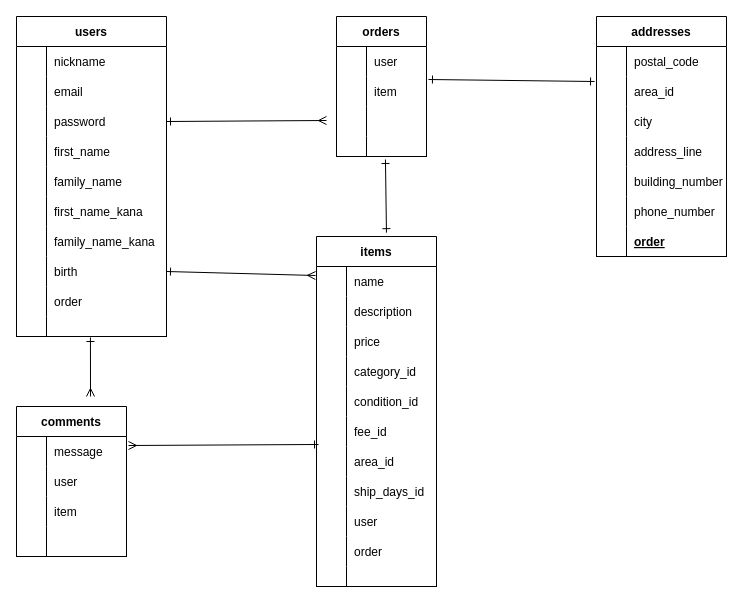
This is furima.dio from 14tk/furima-37381-2, a draw.io file, before an edit. Source tidied: cells renumbered, new cells numbered last; positions are measured from the earlier drawing's top-left corner, leaving out a move shared by most shapes. Both pictures are drawn from the tidied source at 100%, with x=0, y=0 at pixel (16, 16).
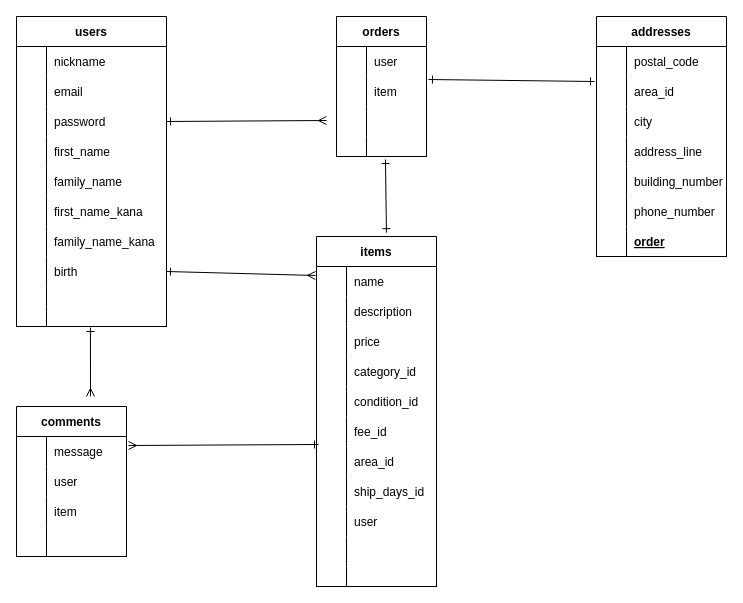
After the change.

Unchanged cells that the change refers to:
```xml
<mxCell id="63" style="shape=partialRectangle;fillColor=none;top=0;left=0;bottom=0;right=0;" parent="35" vertex="1">
  <mxGeometry y="300" width="120" height="30" as="geometry" />
</mxCell>
```

What changed in the source:
```diff
@@
     <mxCell id="4" value="users" style="shape=table;startSize=30;childLayout=tableLayout;rowLines=0;fontStyle=1;align=center;" parent="1" vertex="1">
-      <mxGeometry width="150" height="320" as="geometry" />
+      <mxGeometry width="150" height="310" as="geometry" />
     </mxCell>
@@
     <mxCell id="29" style="shape=partialRectangle;fillColor=none;top=0;left=0;bottom=0;right=0;" parent="4" vertex="1">
-      <mxGeometry y="270" width="150" height="30" as="geometry" />
+      <mxGeometry y="270" width="150" height="20" as="geometry" />
     </mxCell>
     <mxCell id="30" style="shape=partialRectangle;fillColor=none;top=0;left=0;bottom=0;right=0;overflow=hidden;" parent="29" vertex="1">
-      <mxGeometry width="30" height="30" as="geometry" />
+      <mxGeometry width="30" height="20" as="geometry" />
     </mxCell>
-    <mxCell id="31" value="order" style="shape=partialRectangle;fillColor=none;top=0;left=0;bottom=0;right=0;align=left;spacingLeft=6;overflow=hidden;" parent="29" vertex="1">
-      <mxGeometry x="30" width="120" height="30" as="geometry" />
+    <mxCell id="31" style="shape=partialRectangle;fillColor=none;top=0;left=0;bottom=0;right=0;align=left;spacingLeft=6;overflow=hidden;" parent="29" vertex="1">
+      <mxGeometry x="30" width="120" height="20" as="geometry" />
     </mxCell>
     <mxCell id="32" style="shape=partialRectangle;fillColor=none;top=0;left=0;bottom=1;right=0;points=[[0,0.5],[1,0.5]];portConstraint=eastwest;" parent="4" vertex="1">
-      <mxGeometry y="300" width="150" height="20" as="geometry" />
+      <mxGeometry y="290" width="150" height="20" as="geometry" />
     </mxCell>
@@
-    <mxCell id="65" value="order" style="shape=partialRectangle;fillColor=none;top=0;left=0;bottom=0;right=0;align=left;spacingLeft=6;overflow=hidden;" parent="63" vertex="1">
+    <mxCell id="65" style="shape=partialRectangle;fillColor=none;top=0;left=0;bottom=0;right=0;align=left;spacingLeft=6;overflow=hidden;" parent="63" vertex="1">
       <mxGeometry x="30" width="90" height="30" as="geometry" />
     </mxCell>
```
